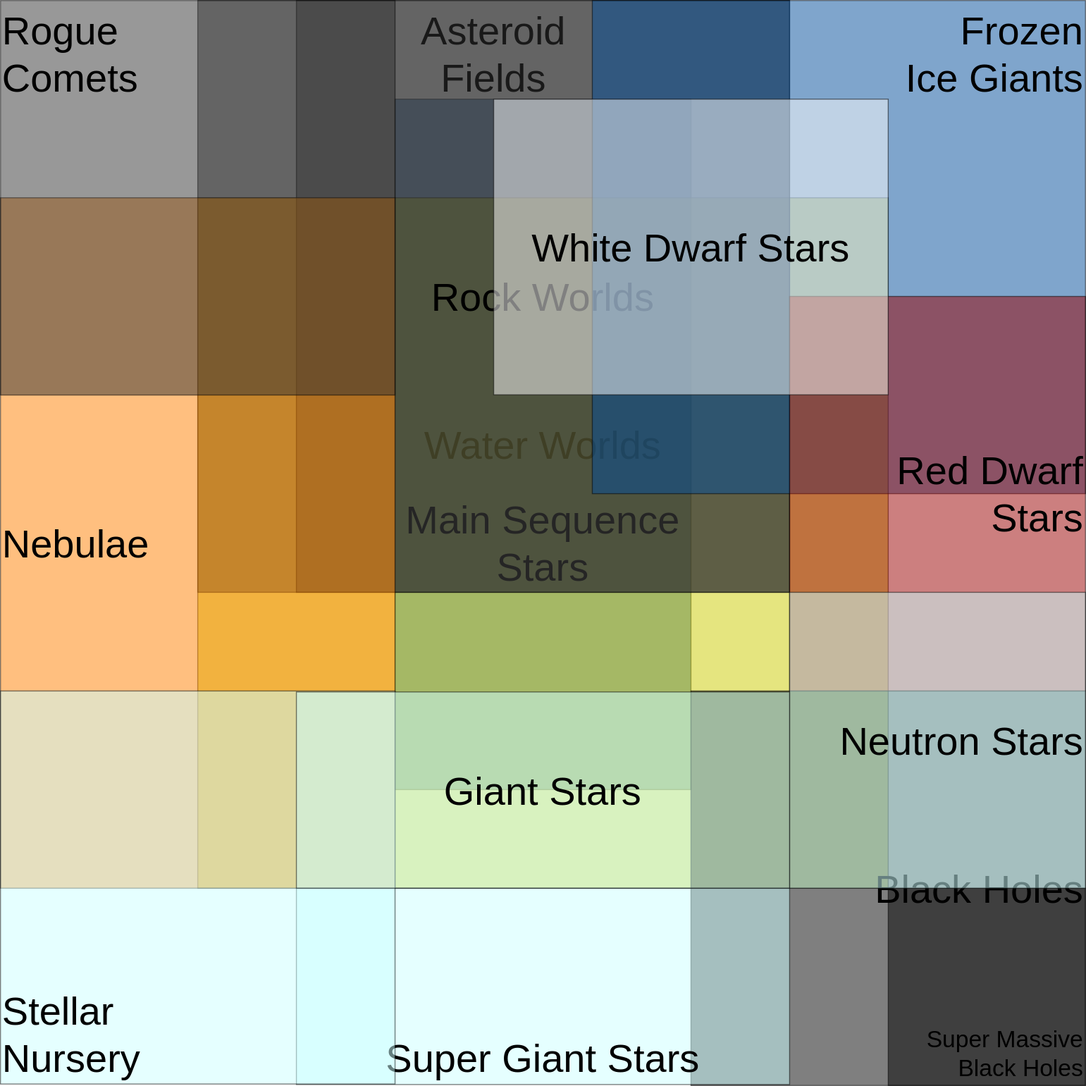
Above: mainui/src/models/visual/regions.drawio.svg in mkv25-games/space-mkv25 (draw.io), before the change. Source tidied: cells renumbered, new cells last; positions are measured from the earlier drawing's top-left corner, leaving out a move shared by most shapes. Its diagram source:
```xml
<mxGraphModel>
  <root>
    <mxCell id="0" />
    <mxCell id="1" parent="0" />
    <mxCell id="2" value="Water Worlds" style="rounded=0;whiteSpace=wrap;html=1;fontSize=40;gradientColor=none;opacity=50;fillColor=#004C99;" parent="1" vertex="1">
      <mxGeometry x="400" y="100" width="300" height="700" as="geometry" />
    </mxCell>
    <mxCell id="3" value="Main Sequence&lt;br&gt;Stars" style="rounded=0;whiteSpace=wrap;html=1;fontSize=40;gradientColor=none;opacity=50;fillColor=#CCCC00;" parent="1" vertex="1">
      <mxGeometry x="200" y="200" width="700" height="700" as="geometry" />
    </mxCell>
    <mxCell id="4" value="Asteroid&lt;br&gt;Fields" style="whiteSpace=wrap;html=1;fillColor=#333333;opacity=50;fontSize=40;verticalAlign=top;" parent="1" vertex="1">
      <mxGeometry x="200" width="600" height="600" as="geometry" />
    </mxCell>
    <mxCell id="5" value="Rock Worlds" style="rounded=0;whiteSpace=wrap;html=1;fontSize=40;gradientColor=none;opacity=50;fillColor=#333333;labelPosition=center;verticalLabelPosition=middle;align=center;verticalAlign=middle;" parent="1" vertex="1">
      <mxGeometry x="300" width="500" height="600" as="geometry" />
    </mxCell>
    <mxCell id="6" value="Frozen&lt;br&gt;Ice Giants" style="rounded=0;whiteSpace=wrap;html=1;fontSize=40;gradientColor=none;opacity=50;fillColor=#004C99;align=right;verticalAlign=top;" parent="1" vertex="1">
      <mxGeometry x="600" width="500" height="500" as="geometry" />
    </mxCell>
    <mxCell id="7" value="Black Holes" style="rounded=0;whiteSpace=wrap;html=1;fontSize=40;gradientColor=none;opacity=50;fillColor=#000000;align=right;" parent="1" vertex="1">
      <mxGeometry x="700" y="700" width="400" height="400" as="geometry" />
    </mxCell>
    <mxCell id="8" value="Super Massive Black Holes" style="rounded=0;whiteSpace=wrap;html=1;fontSize=24;gradientColor=none;opacity=50;fillColor=#000000;align=right;verticalAlign=bottom;" parent="1" vertex="1">
      <mxGeometry x="900" y="900" width="200" height="200" as="geometry" />
    </mxCell>
    <mxCell id="9" value="Nebulae" style="rounded=0;whiteSpace=wrap;html=1;fontSize=40;gradientColor=none;opacity=50;fillColor=#FF8000;align=left;" parent="1" vertex="1">
      <mxGeometry y="200" width="400" height="700" as="geometry" />
    </mxCell>
    <mxCell id="10" value="Super Giant Stars" style="rounded=0;whiteSpace=wrap;html=1;fontSize=40;gradientColor=none;opacity=50;fillColor=#CCFFFF;verticalAlign=bottom;" parent="1" vertex="1">
      <mxGeometry x="300" y="900" width="500" height="199" as="geometry" />
    </mxCell>
    <mxCell id="11" value="Red Dwarf&lt;br&gt;Stars" style="rounded=0;whiteSpace=wrap;html=1;fontSize=40;gradientColor=none;opacity=50;fillColor=#990000;align=right;" parent="1" vertex="1">
      <mxGeometry x="800" y="300" width="300" height="400" as="geometry" />
    </mxCell>
    <mxCell id="12" value="Stellar&lt;br&gt;Nursery" style="rounded=0;whiteSpace=wrap;html=1;fontSize=40;gradientColor=none;opacity=50;fillColor=#CCFFFF;align=left;verticalAlign=bottom;" parent="1" vertex="1">
      <mxGeometry y="700" width="400" height="398.5" as="geometry" />
    </mxCell>
    <mxCell id="13" value="Rogue&lt;br&gt;Comets" style="whiteSpace=wrap;html=1;fillColor=#333333;opacity=50;fontSize=40;glass=0;rounded=0;shadow=0;sketch=0;align=left;verticalAlign=top;" parent="1" vertex="1">
      <mxGeometry width="400" height="400" as="geometry" />
    </mxCell>
    <mxCell id="14" value="White Dwarf Stars" style="rounded=0;whiteSpace=wrap;html=1;fontSize=40;gradientColor=none;opacity=50;fillColor=#FFFFFF;" parent="1" vertex="1">
      <mxGeometry x="500" y="100" width="400" height="299.8" as="geometry" />
    </mxCell>
    <mxCell id="15" value="Neutron Stars" style="rounded=0;whiteSpace=wrap;html=1;fontSize=40;gradientColor=none;opacity=50;fillColor=#CCFFFF;align=right;" parent="1" vertex="1">
      <mxGeometry x="800" y="600" width="300" height="300" as="geometry" />
    </mxCell>
    <mxCell id="16" value="Giant Stars" style="rounded=0;whiteSpace=wrap;html=1;fontSize=40;gradientColor=none;opacity=50;fillColor=#CCFFFF;" parent="1" vertex="1">
      <mxGeometry x="300" y="701" width="500" height="199" as="geometry" />
    </mxCell>
  </root>
</mxGraphModel>
```
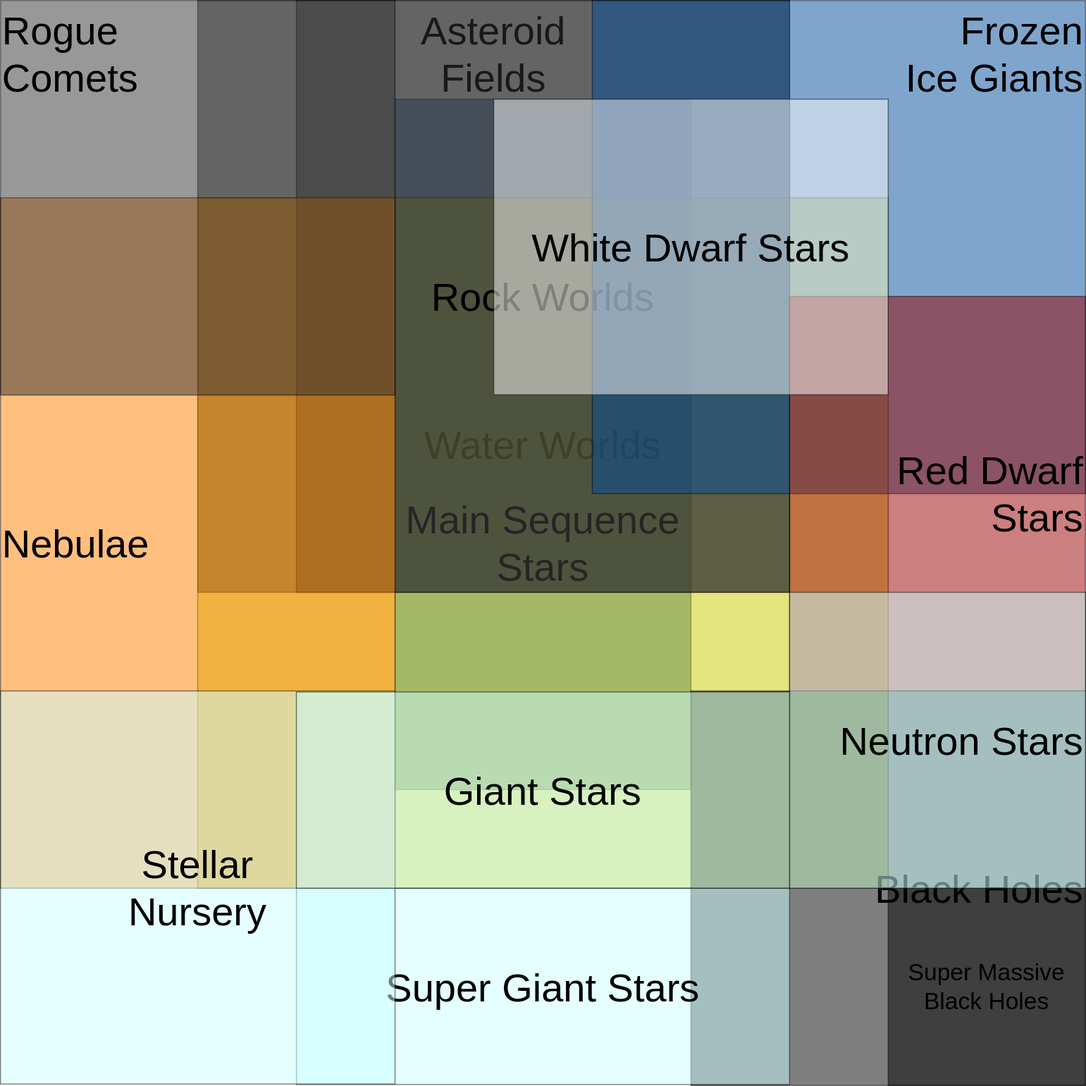
Above is the later version.

Commit message:
Extract some data from region SVG

What changed in the source:
```diff
@@ -20,19 +20,19 @@
     <mxCell id="7" value="Black Holes" style="rounded=0;whiteSpace=wrap;html=1;fontSize=40;gradientColor=none;opacity=50;fillColor=#000000;align=right;" parent="1" vertex="1">
       <mxGeometry x="700" y="700" width="400" height="400" as="geometry" />
     </mxCell>
-    <mxCell id="8" value="Super Massive Black Holes" style="rounded=0;whiteSpace=wrap;html=1;fontSize=24;gradientColor=none;opacity=50;fillColor=#000000;align=right;verticalAlign=bottom;" parent="1" vertex="1">
+    <mxCell id="8" value="Super Massive Black Holes" style="rounded=0;whiteSpace=wrap;html=1;fontSize=24;gradientColor=none;opacity=50;fillColor=#000000;align=center;verticalAlign=middle;" parent="1" vertex="1">
       <mxGeometry x="900" y="900" width="200" height="200" as="geometry" />
     </mxCell>
     <mxCell id="9" value="Nebulae" style="rounded=0;whiteSpace=wrap;html=1;fontSize=40;gradientColor=none;opacity=50;fillColor=#FF8000;align=left;" parent="1" vertex="1">
       <mxGeometry y="200" width="400" height="700" as="geometry" />
     </mxCell>
-    <mxCell id="10" value="Super Giant Stars" style="rounded=0;whiteSpace=wrap;html=1;fontSize=40;gradientColor=none;opacity=50;fillColor=#CCFFFF;verticalAlign=bottom;" parent="1" vertex="1">
+    <mxCell id="10" value="Super Giant Stars" style="rounded=0;whiteSpace=wrap;html=1;fontSize=40;gradientColor=none;opacity=50;fillColor=#CCFFFF;verticalAlign=middle;" parent="1" vertex="1">
       <mxGeometry x="300" y="900" width="500" height="199" as="geometry" />
     </mxCell>
     <mxCell id="11" value="Red Dwarf&lt;br&gt;Stars" style="rounded=0;whiteSpace=wrap;html=1;fontSize=40;gradientColor=none;opacity=50;fillColor=#990000;align=right;" parent="1" vertex="1">
       <mxGeometry x="800" y="300" width="300" height="400" as="geometry" />
     </mxCell>
-    <mxCell id="12" value="Stellar&lt;br&gt;Nursery" style="rounded=0;whiteSpace=wrap;html=1;fontSize=40;gradientColor=none;opacity=50;fillColor=#CCFFFF;align=left;verticalAlign=bottom;" parent="1" vertex="1">
+    <mxCell id="12" value="Stellar&lt;br&gt;Nursery" style="rounded=0;whiteSpace=wrap;html=1;fontSize=40;gradientColor=none;opacity=50;fillColor=#CCFFFF;align=center;verticalAlign=middle;" parent="1" vertex="1">
       <mxGeometry y="700" width="400" height="398.5" as="geometry" />
     </mxCell>
     <mxCell id="13" value="Rogue&lt;br&gt;Comets" style="whiteSpace=wrap;html=1;fillColor=#333333;opacity=50;fontSize=40;glass=0;rounded=0;shadow=0;sketch=0;align=left;verticalAlign=top;" parent="1" vertex="1">
```
